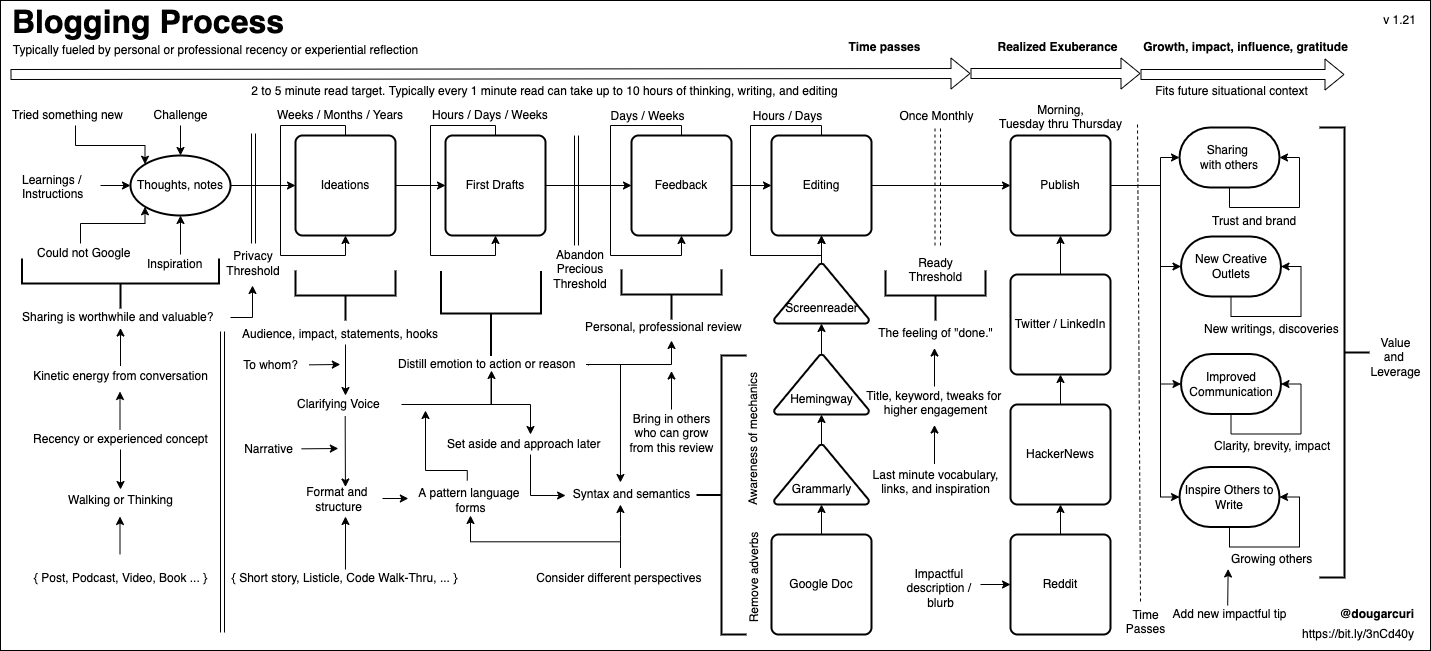
The draw.io diagram mentoring/diagrams/blogging-process.png in solidi/learning-notes, before a commit. Source tidied: cells renumbered, new cells last; positions are measured from the earlier drawing's top-left corner, leaving out a move shared by most shapes.
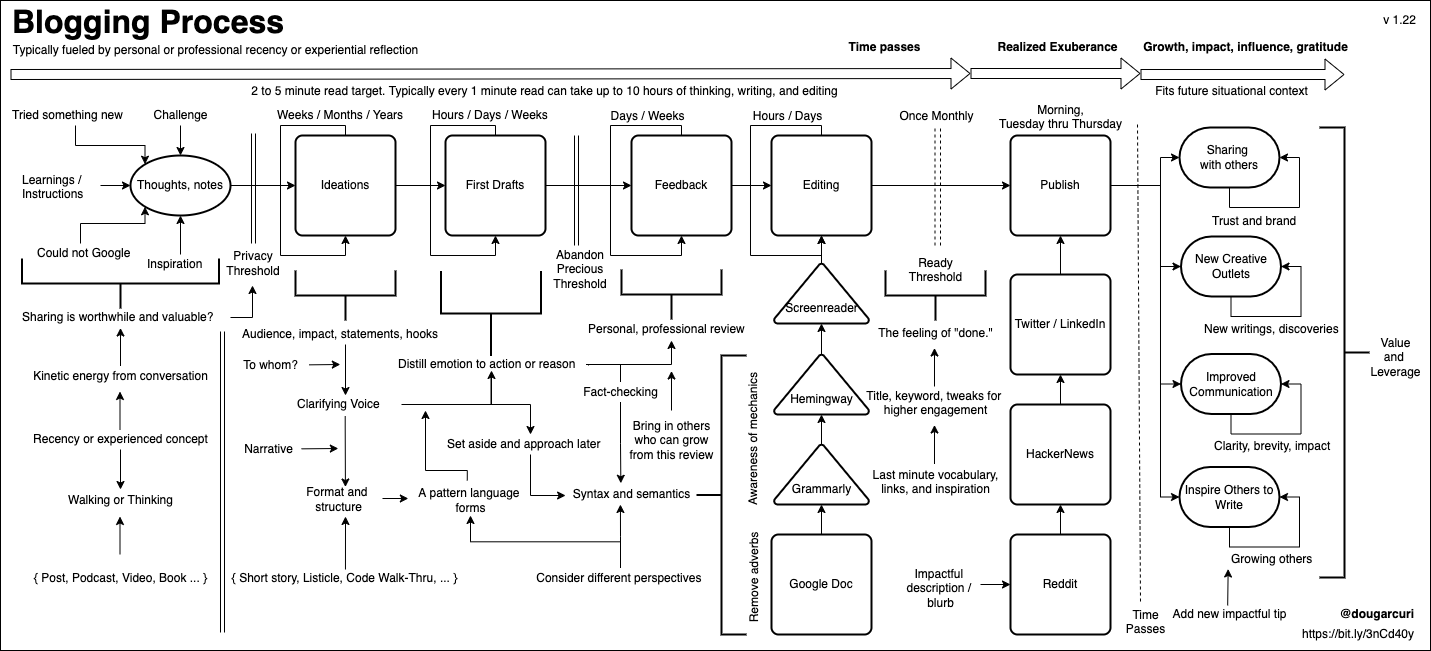
The same diagram one commit later.

Commit message:
Add fact-checking to the blogging diagram

Diff of the diagram source:
```diff
@@ -153,7 +153,7 @@
       <mxGeometry x="646" y="244" width="50" height="100" as="geometry" />
     </mxCell>
     <mxCell id="36" value="Personal, professional review" style="text;html=1;align=left;verticalAlign=top;spacingTop=-4;" parent="1" vertex="1">
-      <mxGeometry x="583" y="317" width="170" height="20" as="geometry" />
+      <mxGeometry x="585.5" y="318.5" width="170" height="20" as="geometry" />
     </mxCell>
     <mxCell id="37" style="strokeWidth=2;html=1;shape=mxgraph.flowchart.annotation_2;align=left;labelPosition=right;rotation=-90;" parent="1" vertex="1">
       <mxGeometry x="448" y="263" width="85" height="100" as="geometry" />
@@ -168,7 +168,7 @@
         </Array>
       </mxGeometry>
     </mxCell>
-    <mxCell id="39" style="edgeStyle=orthogonalEdgeStyle;rounded=0;jettySize=auto;html=1;entryX=0.415;entryY=-0.1;entryDx=0;entryDy=0;entryPerimeter=0;" parent="1" edge="1" source="41" target="52">
+    <mxCell id="39" style="edgeStyle=orthogonalEdgeStyle;rounded=0;jettySize=auto;html=1;endArrow=none;endFill=0;startArrow=none;startFill=0;" parent="1" edge="1" source="41" target="145">
       <mxGeometry relative="1" as="geometry">
         <Array as="points">
           <mxPoint x="620" y="364" />
@@ -414,11 +414,11 @@
       <mxGeometry x="1325" y="604" width="90" height="20" as="geometry" />
     </mxCell>
     <mxCell id="103" value="Bring in others&lt;br&gt;who can grow&lt;br&gt;from this review" style="text;html=1;align=center;verticalAlign=top;spacingTop=-4;" parent="1" vertex="1">
-      <mxGeometry x="621" y="409" width="100" height="40" as="geometry" />
+      <mxGeometry x="621" y="415.5" width="100" height="40" as="geometry" />
     </mxCell>
-    <mxCell id="104" style="edgeStyle=orthogonalEdgeStyle;rounded=0;orthogonalLoop=1;jettySize=auto;html=1;exitX=0.5;exitY=0;exitDx=0;exitDy=0;entryX=0.5;entryY=1;entryDx=0;entryDy=0;" parent="1" edge="1">
+    <mxCell id="104" style="edgeStyle=orthogonalEdgeStyle;rounded=0;orthogonalLoop=1;jettySize=auto;html=1;entryX=0.5;entryY=1;entryDx=0;entryDy=0;" parent="1" edge="1">
       <mxGeometry relative="1" as="geometry">
-        <mxPoint x="671" y="409" as="sourcePoint" />
+        <mxPoint x="671" y="410" as="sourcePoint" />
         <mxPoint x="671" y="370.5" as="targetPoint" />
       </mxGeometry>
     </mxCell>
@@ -494,7 +494,7 @@
         <mxPoint x="120" y="327.5" as="targetPoint" />
       </mxGeometry>
     </mxCell>
-    <mxCell id="121" value="v 1.21" style="text;html=1;align=center;verticalAlign=middle;" parent="1" vertex="1">
+    <mxCell id="121" value="v 1.22" style="text;html=1;align=center;verticalAlign=middle;" parent="1" vertex="1">
       <mxGeometry x="1374" y="10" width="50" height="20" as="geometry" />
     </mxCell>
     <mxCell id="122" value="Morning,&lt;br&gt;Tuesday thru Thursday" style="text;html=1;align=center;verticalAlign=top;spacingTop=-4;" parent="1" vertex="1">
@@ -587,5 +587,11 @@
     <mxCell id="143" value="https://bit.ly/3nCd40y" style="text;html=1;align=right;verticalAlign=middle;strokeColor=none;fillColor=none;" parent="1" vertex="1">
       <mxGeometry x="1285" y="624" width="130" height="20" as="geometry" />
     </mxCell>
+    <mxCell id="144" style="edgeStyle=orthogonalEdgeStyle;rounded=0;jettySize=auto;html=1;entryX=0.418;entryY=-0.062;entryDx=0;entryDy=0;entryPerimeter=0;" parent="1" edge="1" source="145" target="52">
+      <mxGeometry relative="1" as="geometry" />
+    </mxCell>
+    <mxCell id="145" value="Fact-checking" style="text;html=1;align=center;verticalAlign=middle;points=[];strokeColor=none;fillColor=none;" parent="1" vertex="1">
+      <mxGeometry x="575" y="381.5" width="90" height="20" as="geometry" />
+    </mxCell>
   </root>
 </mxGraphModel>
```
